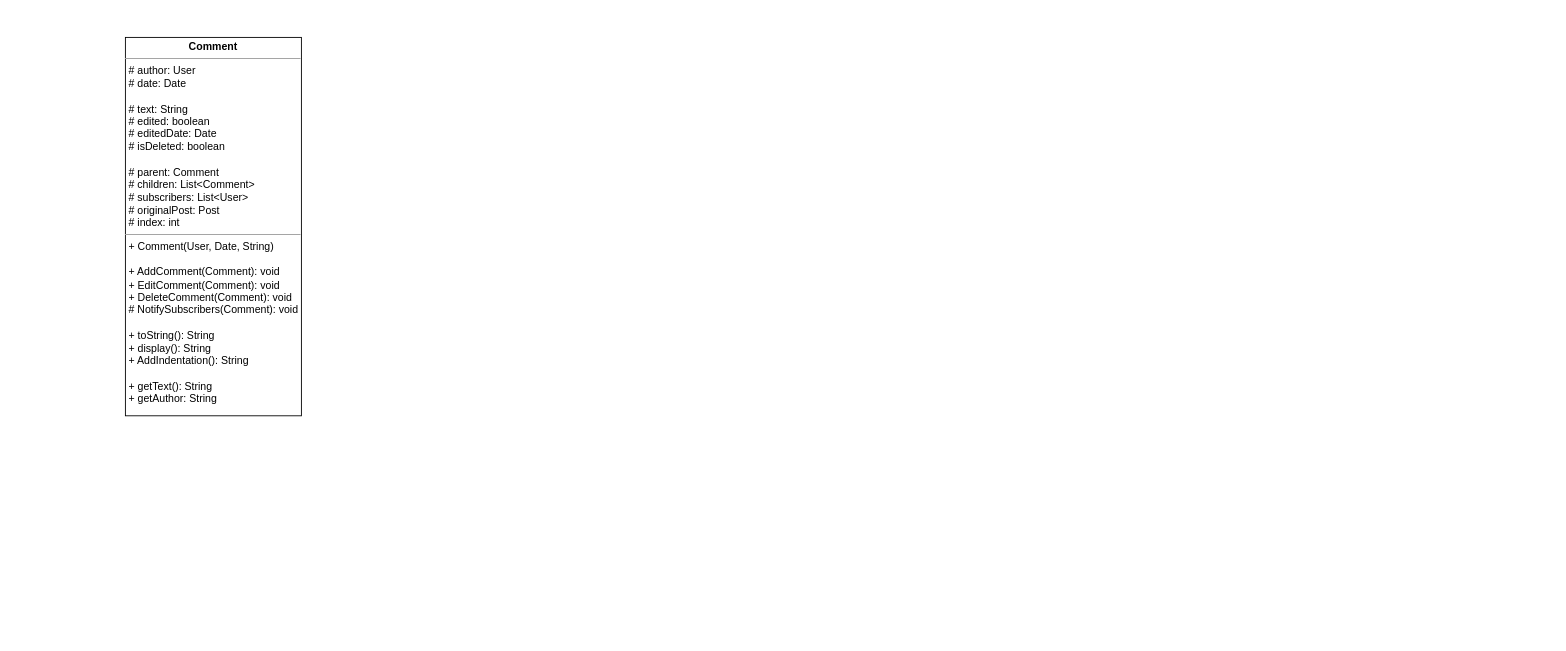
The draw.io diagram UML.drawio in pricedown/ThreadedComments, before the edit. Source tidied: cells renumbered, new cells numbered last; positions are measured from the earlier drawing's top-left corner, leaving out a move shared by most shapes. Both pictures are drawn from the tidied source at 88%, with x=0, y=0 at pixel (125, 37).
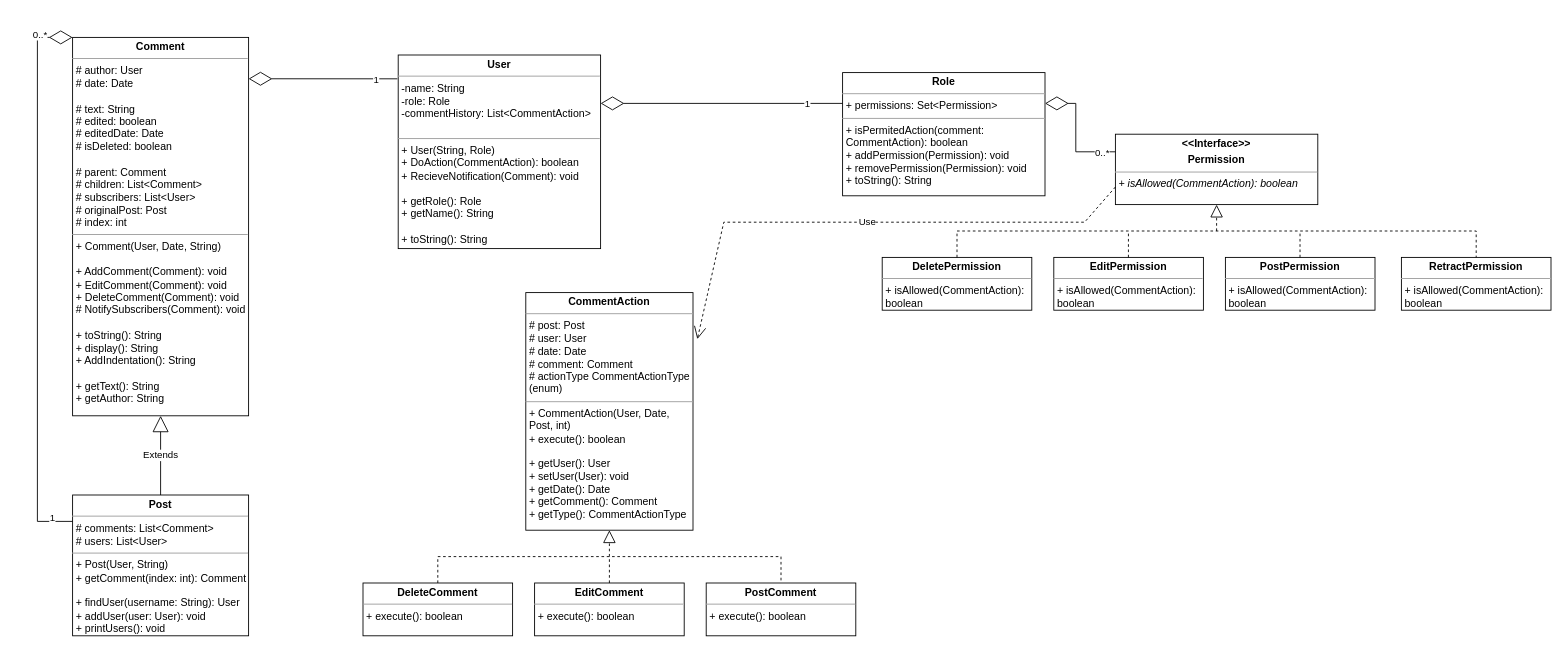
After the change.

Commit message (it also covers changes not shown here):
Actions UML

The edit, as a diff of the source:
```diff
@@
+    <mxCell id="3" value="&lt;p style=&quot;margin:0px;margin-top:4px;text-align:center;&quot;&gt;&lt;b&gt;User&lt;/b&gt;&lt;/p&gt;&lt;hr size=&quot;1&quot;&gt;&lt;p style=&quot;margin:0px;margin-left:4px;&quot;&gt;-name: String&lt;/p&gt;&lt;p style=&quot;margin:0px;margin-left:4px;&quot;&gt;-role: Role&lt;/p&gt;&lt;p style=&quot;margin:0px;margin-left:4px;&quot;&gt;-commentHistory: List&amp;lt;CommentAction&amp;gt;&lt;/p&gt;&lt;p style=&quot;margin:0px;margin-left:4px;&quot;&gt;&amp;nbsp;&lt;/p&gt;&lt;hr size=&quot;1&quot;&gt;&lt;p style=&quot;margin:0px;margin-left:4px;&quot;&gt;+ User(String, Role)&amp;nbsp;&lt;/p&gt;&lt;p style=&quot;margin:0px;margin-left:4px;&quot;&gt;+ DoAction(CommentAction): boolean&lt;/p&gt;&lt;p style=&quot;margin:0px;margin-left:4px;&quot;&gt;+ RecieveNotification(Comment): void&lt;/p&gt;&lt;p style=&quot;margin:0px;margin-left:4px;&quot;&gt;&lt;br&gt;&lt;/p&gt;&lt;p style=&quot;margin:0px;margin-left:4px;&quot;&gt;+ getRole(): Role&lt;/p&gt;&lt;p style=&quot;margin:0px;margin-left:4px;&quot;&gt;+ getName(): String&lt;/p&gt;&lt;p style=&quot;margin:0px;margin-left:4px;&quot;&gt;&lt;br&gt;&lt;/p&gt;&lt;p style=&quot;margin:0px;margin-left:4px;&quot;&gt;+ toString(): String&lt;/p&gt;" style="verticalAlign=top;align=left;overflow=fill;fontSize=12;fontFamily=Helvetica;html=1;whiteSpace=wrap;" parent="1" vertex="1">
+      <mxGeometry x="310" y="20" width="230" height="220" as="geometry" />
+    </mxCell>
+    <mxCell id="4" style="group;" parent="1" vertex="1">
+      <mxGeometry x="550" y="40" width="1070" height="640" as="geometry" />
+    </mxCell>
+    <mxCell id="5" style="group;" parent="4" vertex="1">
+      <mxGeometry x="265" width="805" height="270" as="geometry" />
+    </mxCell>
+    <mxCell id="6" value="&lt;p style=&quot;margin:0px;margin-top:4px;text-align:center;&quot;&gt;&lt;b&gt;Role&lt;/b&gt;&lt;/p&gt;&lt;hr size=&quot;1&quot;&gt;&lt;p style=&quot;margin:0px;margin-left:4px;&quot;&gt;&lt;span style=&quot;background-color: initial;&quot;&gt;+ permissions: Set&amp;lt;Permission&amp;gt;&lt;/span&gt;&lt;span style=&quot;background-color: initial;&quot;&gt;&amp;nbsp;&lt;/span&gt;&lt;/p&gt;&lt;hr size=&quot;1&quot;&gt;&lt;p style=&quot;margin:0px;margin-left:4px;&quot;&gt;+ isPermitedAction(comment: CommentAction): boolean&lt;/p&gt;&lt;p style=&quot;margin:0px;margin-left:4px;&quot;&gt;+ addPermission(Permission): void&lt;/p&gt;&lt;p style=&quot;margin:0px;margin-left:4px;&quot;&gt;+ removePermission(Permission): void&lt;/p&gt;&lt;p style=&quot;margin:0px;margin-left:4px;&quot;&gt;+ toString(): String&lt;/p&gt;" style="verticalAlign=top;align=left;overflow=fill;fontSize=12;fontFamily=Helvetica;html=1;whiteSpace=wrap;" parent="5" vertex="1">
+      <mxGeometry width="230" height="140" as="geometry" />
+    </mxCell>
+    <mxCell id="7" value="&lt;p style=&quot;margin:0px;margin-top:4px;text-align:center;&quot;&gt;&lt;b&gt;&amp;lt;&amp;lt;Interface&amp;gt;&amp;gt;&lt;/b&gt;&lt;/p&gt;&lt;p style=&quot;margin:0px;margin-top:4px;text-align:center;&quot;&gt;&lt;b&gt;Permission&lt;/b&gt;&lt;/p&gt;&lt;hr size=&quot;1&quot;&gt;&lt;p style=&quot;margin:0px;margin-left:4px;&quot;&gt;&lt;span style=&quot;background-color: initial;&quot;&gt;&lt;i&gt;+ isAllowed(CommentAction): boolean&lt;/i&gt;&lt;/span&gt;&lt;/p&gt;" style="verticalAlign=top;align=left;overflow=fill;fontSize=12;fontFamily=Helvetica;html=1;whiteSpace=wrap;" parent="5" vertex="1">
+      <mxGeometry x="310" y="70" width="230" height="80" as="geometry" />
+    </mxCell>
+    <mxCell id="8" value="&lt;p style=&quot;margin:0px;margin-top:4px;text-align:center;&quot;&gt;&lt;b style=&quot;background-color: initial;&quot;&gt;DeletePermission&lt;/b&gt;&lt;br&gt;&lt;/p&gt;&lt;hr size=&quot;1&quot;&gt;&lt;p style=&quot;margin:0px;margin-left:4px;&quot;&gt;&lt;span style=&quot;background-color: initial;&quot;&gt;+ isAllowed(CommentAction): boolean&lt;/span&gt;&lt;/p&gt;" style="verticalAlign=top;align=left;overflow=fill;fontSize=12;fontFamily=Helvetica;html=1;whiteSpace=wrap;" parent="5" vertex="1">
+      <mxGeometry x="45" y="210" width="170" height="60" as="geometry" />
+    </mxCell>
+    <mxCell id="9" value="&lt;p style=&quot;margin:0px;margin-top:4px;text-align:center;&quot;&gt;&lt;b&gt;EditPermission&lt;/b&gt;&lt;/p&gt;&lt;hr size=&quot;1&quot;&gt;&lt;p style=&quot;margin:0px;margin-left:4px;&quot;&gt;&lt;span style=&quot;background-color: initial;&quot;&gt;+ isAllowed(CommentAction): boolean&lt;/span&gt;&lt;/p&gt;" style="verticalAlign=top;align=left;overflow=fill;fontSize=12;fontFamily=Helvetica;html=1;whiteSpace=wrap;" parent="5" vertex="1">
+      <mxGeometry x="240" y="210" width="170" height="60" as="geometry" />
+    </mxCell>
+    <mxCell id="10" value="&lt;p style=&quot;margin:0px;margin-top:4px;text-align:center;&quot;&gt;&lt;b&gt;RetractPermission&lt;/b&gt;&lt;/p&gt;&lt;hr size=&quot;1&quot;&gt;&lt;p style=&quot;margin:0px;margin-left:4px;&quot;&gt;&lt;span style=&quot;background-color: initial;&quot;&gt;+ isAllowed(CommentAction): boolean&lt;/span&gt;&lt;/p&gt;" style="verticalAlign=top;align=left;overflow=fill;fontSize=12;fontFamily=Helvetica;html=1;whiteSpace=wrap;" parent="5" vertex="1">
+      <mxGeometry x="635" y="210" width="170" height="60" as="geometry" />
+    </mxCell>
+    <mxCell id="11" value="&lt;p style=&quot;margin:0px;margin-top:4px;text-align:center;&quot;&gt;&lt;b&gt;PostPermission&lt;/b&gt;&lt;/p&gt;&lt;hr size=&quot;1&quot;&gt;&lt;p style=&quot;margin:0px;margin-left:4px;&quot;&gt;&lt;span style=&quot;background-color: initial;&quot;&gt;+ isAllowed(CommentAction): boolean&lt;/span&gt;&lt;/p&gt;" style="verticalAlign=top;align=left;overflow=fill;fontSize=12;fontFamily=Helvetica;html=1;whiteSpace=wrap;" parent="5" vertex="1">
+      <mxGeometry x="435" y="210" width="170" height="60" as="geometry" />
+    </mxCell>
+    <mxCell id="12" style="endArrow=diamondThin;endFill=0;endSize=24;html=1;rounded=0;exitX=0;exitY=0.25;exitDx=0;exitDy=0;entryX=1;entryY=0.25;entryDx=0;entryDy=0;" parent="5" edge="1" source="7" target="6">
+      <mxGeometry relative="1" as="geometry">
+        <Array as="points">
+          <mxPoint x="265" y="90" />
+          <mxPoint x="265" y="35" />
+        </Array>
+      </mxGeometry>
+    </mxCell>
+    <mxCell id="13" value="0..*&lt;br&gt;" style="edgeLabel;html=1;align=center;verticalAlign=middle;" parent="12" vertex="1">
+      <mxGeometry x="-0.77" relative="1" as="geometry" />
+    </mxCell>
+    <mxCell id="14" style="endArrow=block;dashed=1;endFill=0;endSize=12;html=1;rounded=0;entryX=0.5;entryY=1;entryDx=0;entryDy=0;" parent="5" edge="1" target="7">
+      <mxGeometry relative="1" as="geometry">
+        <mxPoint x="425" y="180" as="sourcePoint" />
+      </mxGeometry>
+    </mxCell>
+    <mxCell id="15" style="endArrow=none;dashed=1;endFill=0;endSize=12;html=1;rounded=0;entryX=0.5;entryY=0;entryDx=0;entryDy=0;exitX=0.5;exitY=0;exitDx=0;exitDy=0;" parent="5" edge="1" source="8" target="10">
+      <mxGeometry relative="1" as="geometry">
+        <Array as="points">
+          <mxPoint x="130" y="180" />
+          <mxPoint x="430" y="180" />
+          <mxPoint x="720" y="180" />
+        </Array>
+      </mxGeometry>
+    </mxCell>
+    <mxCell id="16" style="endArrow=none;dashed=1;endFill=0;endSize=12;html=1;rounded=0;entryX=0.5;entryY=1;entryDx=0;entryDy=0;" parent="5" edge="1">
+      <mxGeometry relative="1" as="geometry">
+        <mxPoint x="324.8" y="210" as="sourcePoint" />
+        <mxPoint x="324.8" y="180" as="targetPoint" />
+      </mxGeometry>
+    </mxCell>
+    <mxCell id="17" style="endArrow=none;dashed=1;endFill=0;endSize=12;html=1;rounded=0;entryX=0.5;entryY=1;entryDx=0;entryDy=0;" parent="5" edge="1">
+      <mxGeometry relative="1" as="geometry">
+        <mxPoint x="519.8" y="210" as="sourcePoint" />
+        <mxPoint x="519.8" y="180" as="targetPoint" />
+      </mxGeometry>
+    </mxCell>
+    <mxCell id="18" value="&lt;p style=&quot;margin:0px;margin-top:4px;text-align:center;&quot;&gt;&lt;b&gt;DeleteComment&lt;/b&gt;&lt;/p&gt;&lt;hr size=&quot;1&quot;&gt;&lt;p style=&quot;margin:0px;margin-left:4px;&quot;&gt;&lt;span style=&quot;background-color: initial;&quot;&gt;+ execute(): boolean&lt;/span&gt;&lt;/p&gt;" style="verticalAlign=top;align=left;overflow=fill;fontSize=12;fontFamily=Helvetica;html=1;whiteSpace=wrap;" parent="4" vertex="1">
+      <mxGeometry x="-280" y="580" width="170" height="60" as="geometry" />
+    </mxCell>
+    <mxCell id="19" value="&lt;p style=&quot;margin:0px;margin-top:4px;text-align:center;&quot;&gt;&lt;b&gt;EditComment&lt;/b&gt;&lt;/p&gt;&lt;hr size=&quot;1&quot;&gt;&lt;p style=&quot;margin:0px;margin-left:4px;&quot;&gt;&lt;span style=&quot;background-color: initial;&quot;&gt;+ execute(): boolean&lt;/span&gt;&lt;/p&gt;" style="verticalAlign=top;align=left;overflow=fill;fontSize=12;fontFamily=Helvetica;html=1;whiteSpace=wrap;" parent="4" vertex="1">
+      <mxGeometry x="-85" y="580" width="170" height="60" as="geometry" />
+    </mxCell>
+    <mxCell id="20" value="&lt;p style=&quot;margin:0px;margin-top:4px;text-align:center;&quot;&gt;&lt;b&gt;PostComment&lt;/b&gt;&lt;/p&gt;&lt;hr size=&quot;1&quot;&gt;&lt;p style=&quot;margin:0px;margin-left:4px;&quot;&gt;&lt;span style=&quot;background-color: initial;&quot;&gt;+ execute(): boolean&lt;/span&gt;&lt;/p&gt;" style="verticalAlign=top;align=left;overflow=fill;fontSize=12;fontFamily=Helvetica;html=1;whiteSpace=wrap;" parent="4" vertex="1">
+      <mxGeometry x="110" y="580" width="170" height="60" as="geometry" />
+    </mxCell>
+    <mxCell id="21" style="endArrow=block;dashed=1;endFill=0;endSize=12;html=1;rounded=0;entryX=0.5;entryY=1;entryDx=0;entryDy=0;" parent="4" edge="1">
+      <mxGeometry relative="1" as="geometry">
+        <mxPoint y="550" as="sourcePoint" />
+        <mxPoint y="520" as="targetPoint" />
+      </mxGeometry>
+    </mxCell>
+    <mxCell id="22" value="&lt;p style=&quot;margin:0px;margin-top:4px;text-align:center;&quot;&gt;&lt;b&gt;CommentAction&lt;/b&gt;&lt;/p&gt;&lt;hr size=&quot;1&quot;&gt;&lt;p style=&quot;margin:0px;margin-left:4px;&quot;&gt;&lt;span style=&quot;background-color: initial;&quot;&gt;# post: Post&lt;/span&gt;&lt;br&gt;&lt;/p&gt;&lt;p style=&quot;margin:0px;margin-left:4px;&quot;&gt;# user: User&lt;/p&gt;&lt;p style=&quot;margin:0px;margin-left:4px;&quot;&gt;# date: Date&lt;/p&gt;&lt;p style=&quot;margin:0px;margin-left:4px;&quot;&gt;# comment: Comment&lt;/p&gt;&lt;p style=&quot;margin:0px;margin-left:4px;&quot;&gt;# actionType CommentActionType (enum)&lt;/p&gt;&lt;hr size=&quot;1&quot;&gt;&lt;p style=&quot;margin:0px;margin-left:4px;&quot;&gt;+ CommentAction(User, Date, Post, int)&lt;/p&gt;&lt;p style=&quot;margin:0px;margin-left:4px;&quot;&gt;+ execute(): boolean&lt;/p&gt;&lt;p style=&quot;margin:0px;margin-left:4px;&quot;&gt;&lt;br&gt;&lt;/p&gt;&lt;p style=&quot;margin:0px;margin-left:4px;&quot;&gt;+ getUser(): User&lt;/p&gt;&lt;p style=&quot;margin:0px;margin-left:4px;&quot;&gt;+ setUser(User): void&lt;/p&gt;&lt;p style=&quot;margin:0px;margin-left:4px;&quot;&gt;+ getDate(): Date&lt;/p&gt;&lt;p style=&quot;margin:0px;margin-left:4px;&quot;&gt;+ getComment(): Comment&lt;/p&gt;&lt;p style=&quot;margin:0px;margin-left:4px;&quot;&gt;+ getType(): CommentActionType&lt;/p&gt;" style="verticalAlign=top;align=left;overflow=fill;fontSize=12;fontFamily=Helvetica;html=1;whiteSpace=wrap;" parent="4" vertex="1">
+      <mxGeometry x="-95" y="250" width="190" height="270" as="geometry" />
+    </mxCell>
+    <mxCell id="23" value="Use" style="endArrow=open;endSize=12;dashed=1;html=1;rounded=0;entryX=1.026;entryY=0.196;entryDx=0;entryDy=0;entryPerimeter=0;exitX=0;exitY=0.75;exitDx=0;exitDy=0;" parent="4" edge="1" source="7" target="22">
+      <mxGeometry relative="1" as="geometry">
+        <Array as="points">
+          <mxPoint x="540" y="170" />
+          <mxPoint x="130" y="170" />
+        </Array>
+      </mxGeometry>
+    </mxCell>
+    <mxCell id="24" style="endArrow=none;dashed=1;endFill=0;endSize=12;html=1;rounded=0;entryX=0.5;entryY=0;entryDx=0;entryDy=0;exitX=0.5;exitY=0;exitDx=0;exitDy=0;" parent="4" edge="1" source="18" target="20">
+      <mxGeometry relative="1" as="geometry">
+        <Array as="points">
+          <mxPoint x="-195" y="550" />
+          <mxPoint y="550" />
+          <mxPoint x="195" y="550" />
+        </Array>
+      </mxGeometry>
+    </mxCell>
+    <mxCell id="25" style="group;" parent="1" vertex="1">
+      <mxGeometry x="-100" width="240" height="680" as="geometry" />
+    </mxCell>
+    <mxCell id="26" style="endArrow=diamondThin;endFill=0;endSize=24;html=1;rounded=0;exitX=-0.004;exitY=0.123;exitDx=0;exitDy=0;exitPerimeter=0;" parent="25" edge="1" source="3">
+      <mxGeometry relative="1" as="geometry">
+        <mxPoint x="240" y="47" as="targetPoint" />
+      </mxGeometry>
+    </mxCell>
+    <mxCell id="27" value="1" style="edgeLabel;html=1;align=center;verticalAlign=middle;" parent="26" vertex="1">
+      <mxGeometry x="-0.7" relative="1" as="geometry" />
+    </mxCell>
+    <mxCell id="28" style="group;" parent="25" vertex="1">
+      <mxGeometry width="240" height="680" as="geometry" />
+    </mxCell>
-    <mxCell id="2" value="&lt;p style=&quot;margin:0px;margin-top:4px;text-align:center;&quot;&gt;&lt;b&gt;Comment&lt;/b&gt;&lt;/p&gt;&lt;hr size=&quot;1&quot;&gt;&lt;p style=&quot;margin:0px;margin-left:4px;&quot;&gt;# author: User&lt;/p&gt;&lt;p style=&quot;margin:0px;margin-left:4px;&quot;&gt;# date: Date&lt;/p&gt;&lt;p style=&quot;margin:0px;margin-left:4px;&quot;&gt;&lt;br&gt;&lt;/p&gt;&lt;p style=&quot;margin:0px;margin-left:4px;&quot;&gt;# text: String&lt;/p&gt;&lt;p style=&quot;margin:0px;margin-left:4px;&quot;&gt;# edited: boolean&lt;/p&gt;&lt;p style=&quot;margin:0px;margin-left:4px;&quot;&gt;# editedDate: Date&lt;/p&gt;&lt;p style=&quot;margin:0px;margin-left:4px;&quot;&gt;# isDeleted: boolean&lt;/p&gt;&lt;p style=&quot;margin:0px;margin-left:4px;&quot;&gt;&lt;br&gt;&lt;/p&gt;&lt;p style=&quot;margin:0px;margin-left:4px;&quot;&gt;# parent: Comment&lt;/p&gt;&lt;p style=&quot;margin:0px;margin-left:4px;&quot;&gt;# children: List&amp;lt;Comment&amp;gt;&lt;/p&gt;&lt;p style=&quot;margin:0px;margin-left:4px;&quot;&gt;# subscribers: List&amp;lt;User&amp;gt;&lt;/p&gt;&lt;p style=&quot;border-color: var(--border-color); margin: 0px 0px 0px 4px;&quot;&gt;# originalPost: Post&lt;/p&gt;&lt;p style=&quot;border-color: var(--border-color); margin: 0px 0px 0px 4px;&quot;&gt;# index: int&lt;/p&gt;&lt;hr size=&quot;1&quot;&gt;&lt;p style=&quot;margin:0px;margin-left:4px;&quot;&gt;+ Comment(User, Date, String)&lt;/p&gt;&lt;p style=&quot;margin:0px;margin-left:4px;&quot;&gt;&lt;br&gt;&lt;/p&gt;&lt;p style=&quot;margin:0px;margin-left:4px;&quot;&gt;&lt;span style=&quot;background-color: initial;&quot;&gt;+ AddComment(Comment): void&lt;/span&gt;&lt;br&gt;&lt;/p&gt;&lt;p style=&quot;margin:0px;margin-left:4px;&quot;&gt;&lt;span style=&quot;background-color: initial;&quot;&gt;+ EditComment(Comment): void&lt;/span&gt;&lt;/p&gt;&lt;p style=&quot;margin:0px;margin-left:4px;&quot;&gt;&lt;span style=&quot;background-color: initial;&quot;&gt;+ DeleteComment(Comment): void&lt;/span&gt;&lt;/p&gt;&lt;p style=&quot;margin:0px;margin-left:4px;&quot;&gt;# NotifySubscribers(Comment): void&lt;/p&gt;&lt;p style=&quot;margin:0px;margin-left:4px;&quot;&gt;&lt;br&gt;&lt;/p&gt;&lt;p style=&quot;margin:0px;margin-left:4px;&quot;&gt;+ toString(): String&lt;/p&gt;&lt;p style=&quot;margin:0px;margin-left:4px;&quot;&gt;+ display(): String&lt;/p&gt;&lt;p style=&quot;margin:0px;margin-left:4px;&quot;&gt;+ AddIndentation(): String&lt;/p&gt;&lt;p style=&quot;margin:0px;margin-left:4px;&quot;&gt;&lt;br&gt;&lt;/p&gt;&lt;p style=&quot;margin:0px;margin-left:4px;&quot;&gt;+ getText(): String&lt;/p&gt;&lt;p style=&quot;margin:0px;margin-left:4px;&quot;&gt;+ getAuthor: String&lt;/p&gt;" style="verticalAlign=top;align=left;overflow=fill;fontSize=12;fontFamily=Helvetica;html=1;whiteSpace=wrap;" parent="1" vertex="1">
-      <mxGeometry width="200" height="430" as="geometry" />
+    <mxCell id="2" value="&lt;p style=&quot;margin:0px;margin-top:4px;text-align:center;&quot;&gt;&lt;b&gt;Comment&lt;/b&gt;&lt;/p&gt;&lt;hr size=&quot;1&quot;&gt;&lt;p style=&quot;margin:0px;margin-left:4px;&quot;&gt;# author: User&lt;/p&gt;&lt;p style=&quot;margin:0px;margin-left:4px;&quot;&gt;# date: Date&lt;/p&gt;&lt;p style=&quot;margin:0px;margin-left:4px;&quot;&gt;&lt;br&gt;&lt;/p&gt;&lt;p style=&quot;margin:0px;margin-left:4px;&quot;&gt;# text: String&lt;/p&gt;&lt;p style=&quot;margin:0px;margin-left:4px;&quot;&gt;# edited: boolean&lt;/p&gt;&lt;p style=&quot;margin:0px;margin-left:4px;&quot;&gt;# editedDate: Date&lt;/p&gt;&lt;p style=&quot;margin:0px;margin-left:4px;&quot;&gt;# isDeleted: boolean&lt;/p&gt;&lt;p style=&quot;margin:0px;margin-left:4px;&quot;&gt;&lt;br&gt;&lt;/p&gt;&lt;p style=&quot;margin:0px;margin-left:4px;&quot;&gt;# parent: Comment&lt;/p&gt;&lt;p style=&quot;margin:0px;margin-left:4px;&quot;&gt;# children: List&amp;lt;Comment&amp;gt;&lt;/p&gt;&lt;p style=&quot;margin:0px;margin-left:4px;&quot;&gt;# subscribers: List&amp;lt;User&amp;gt;&lt;/p&gt;&lt;p style=&quot;border-color: var(--border-color); margin: 0px 0px 0px 4px;&quot;&gt;# originalPost: Post&lt;/p&gt;&lt;p style=&quot;border-color: var(--border-color); margin: 0px 0px 0px 4px;&quot;&gt;# index: int&lt;/p&gt;&lt;hr size=&quot;1&quot;&gt;&lt;p style=&quot;margin:0px;margin-left:4px;&quot;&gt;+ Comment(User, Date, String)&lt;/p&gt;&lt;p style=&quot;margin:0px;margin-left:4px;&quot;&gt;&lt;br&gt;&lt;/p&gt;&lt;p style=&quot;margin:0px;margin-left:4px;&quot;&gt;&lt;span style=&quot;background-color: initial;&quot;&gt;+ AddComment(Comment): void&lt;/span&gt;&lt;br&gt;&lt;/p&gt;&lt;p style=&quot;margin:0px;margin-left:4px;&quot;&gt;&lt;span style=&quot;background-color: initial;&quot;&gt;+ EditComment(Comment): void&lt;/span&gt;&lt;/p&gt;&lt;p style=&quot;margin:0px;margin-left:4px;&quot;&gt;&lt;span style=&quot;background-color: initial;&quot;&gt;+ DeleteComment(Comment): void&lt;/span&gt;&lt;/p&gt;&lt;p style=&quot;margin:0px;margin-left:4px;&quot;&gt;# NotifySubscribers(Comment): void&lt;/p&gt;&lt;p style=&quot;margin:0px;margin-left:4px;&quot;&gt;&lt;br&gt;&lt;/p&gt;&lt;p style=&quot;margin:0px;margin-left:4px;&quot;&gt;+ toString(): String&lt;/p&gt;&lt;p style=&quot;margin:0px;margin-left:4px;&quot;&gt;+ display(): String&lt;/p&gt;&lt;p style=&quot;margin:0px;margin-left:4px;&quot;&gt;+ AddIndentation(): String&lt;/p&gt;&lt;p style=&quot;margin:0px;margin-left:4px;&quot;&gt;&lt;br&gt;&lt;/p&gt;&lt;p style=&quot;margin:0px;margin-left:4px;&quot;&gt;+ getText(): String&lt;/p&gt;&lt;p style=&quot;margin:0px;margin-left:4px;&quot;&gt;+ getAuthor: String&lt;/p&gt;" style="verticalAlign=top;align=left;overflow=fill;fontSize=12;fontFamily=Helvetica;html=1;whiteSpace=wrap;" parent="28" vertex="1">
+      <mxGeometry x="40" width="200" height="430" as="geometry" />
     </mxCell>
+    <mxCell id="29" value="&lt;p style=&quot;margin:0px;margin-top:4px;text-align:center;&quot;&gt;&lt;b&gt;Post&lt;/b&gt;&lt;/p&gt;&lt;hr size=&quot;1&quot;&gt;&lt;p style=&quot;margin:0px;margin-left:4px;&quot;&gt;&lt;span style=&quot;background-color: initial;&quot;&gt;# comments: List&amp;lt;Comment&amp;gt;&lt;/span&gt;&lt;br&gt;&lt;/p&gt;&lt;p style=&quot;margin:0px;margin-left:4px;&quot;&gt;# users: List&amp;lt;User&amp;gt;&lt;/p&gt;&lt;hr size=&quot;1&quot;&gt;&lt;p style=&quot;margin:0px;margin-left:4px;&quot;&gt;+ Post(User, String)&lt;/p&gt;&lt;p style=&quot;margin:0px;margin-left:4px;&quot;&gt;+ getComment(index: int): Comment&lt;/p&gt;&lt;p style=&quot;margin:0px;margin-left:4px;&quot;&gt;&lt;br&gt;&lt;/p&gt;&lt;p style=&quot;margin:0px;margin-left:4px;&quot;&gt;+ findUser(username: String): User&lt;/p&gt;&lt;p style=&quot;margin:0px;margin-left:4px;&quot;&gt;+ addUser(user: User): void&lt;/p&gt;&lt;p style=&quot;margin:0px;margin-left:4px;&quot;&gt;+ printUsers(): void&lt;/p&gt;" style="verticalAlign=top;align=left;overflow=fill;fontSize=12;fontFamily=Helvetica;html=1;whiteSpace=wrap;" parent="28" vertex="1">
+      <mxGeometry x="40" y="520" width="200" height="160" as="geometry" />
+    </mxCell>
+    <mxCell id="30" value="Extends" style="endArrow=block;endSize=16;endFill=0;html=1;rounded=0;entryX=0.5;entryY=1;entryDx=0;entryDy=0;exitX=0.5;exitY=0;exitDx=0;exitDy=0;" parent="28" edge="1" source="29" target="2">
+      <mxGeometry relative="1" as="geometry" />
+    </mxCell>
+    <mxCell id="31" style="endArrow=diamondThin;endFill=0;endSize=24;html=1;rounded=0;entryX=0;entryY=0;entryDx=0;entryDy=0;" parent="28" edge="1" target="2">
+      <mxGeometry relative="1" as="geometry">
+        <mxPoint x="40" y="550" as="sourcePoint" />
+        <Array as="points">
+          <mxPoint y="550" />
+          <mxPoint />
+        </Array>
+      </mxGeometry>
+    </mxCell>
+    <mxCell id="32" value="0..*" style="edgeLabel;html=1;align=center;verticalAlign=middle;" parent="31" vertex="1">
+      <mxGeometry x="0.88" y="4" relative="1" as="geometry" />
+    </mxCell>
+    <mxCell id="33" value="1" style="edgeLabel;html=1;align=center;verticalAlign=middle;" parent="31" vertex="1">
+      <mxGeometry x="-0.92" y="-5" relative="1" as="geometry">
+        <mxPoint x="1" as="offset" />
+      </mxGeometry>
+    </mxCell>
+    <mxCell id="34" style="endArrow=diamondThin;endFill=0;endSize=24;html=1;rounded=0;entryX=1;entryY=0.25;entryDx=0;entryDy=0;exitX=0;exitY=0.25;exitDx=0;exitDy=0;" parent="1" edge="1" source="6" target="3">
+      <mxGeometry relative="1" as="geometry" />
+    </mxCell>
+    <mxCell id="35" value="1" style="edgeLabel;html=1;align=center;verticalAlign=middle;" parent="34" vertex="1">
+      <mxGeometry x="-0.7" relative="1" as="geometry" />
+    </mxCell>
+    <mxCell id="36" style="endArrow=none;dashed=1;endFill=0;endSize=12;html=1;rounded=0;entryX=0.5;entryY=1;entryDx=0;entryDy=0;" parent="1" edge="1">
+      <mxGeometry relative="1" as="geometry">
+        <mxPoint x="550" y="620" as="sourcePoint" />
+        <mxPoint x="550" y="590" as="targetPoint" />
+      </mxGeometry>
+    </mxCell>
```
